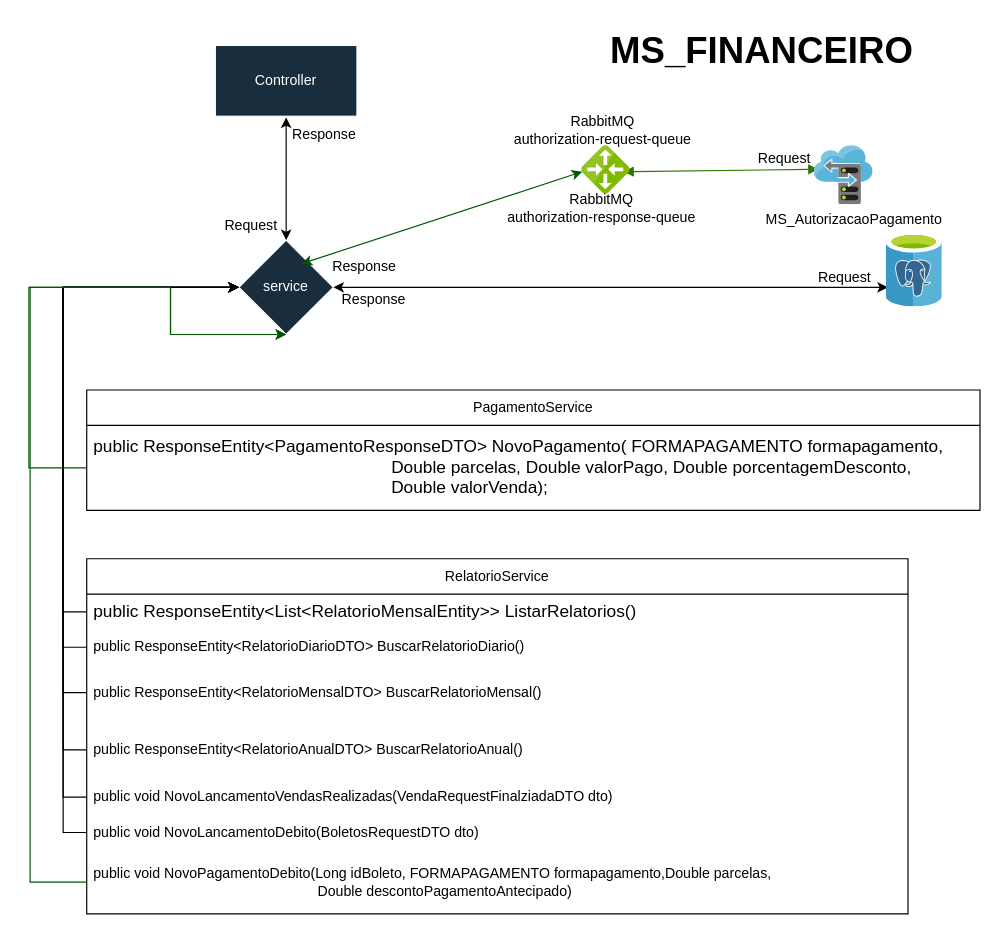
Above: page "Diagrama de funcionamento Ms_Financeiro" (5 of 5) of Doc/Diagrama de Funcionamento.drawio in marcelquin/new-Backend-project-Services-FullStack (draw.io), before the change. Source tidied: cells renumbered, new cells numbered last; positions are measured from the earlier drawing's top-left corner, leaving out a move shared by most shapes. Both pictures are drawn from the tidied source at 118%, with x=0, y=0 at pixel (28, 20).
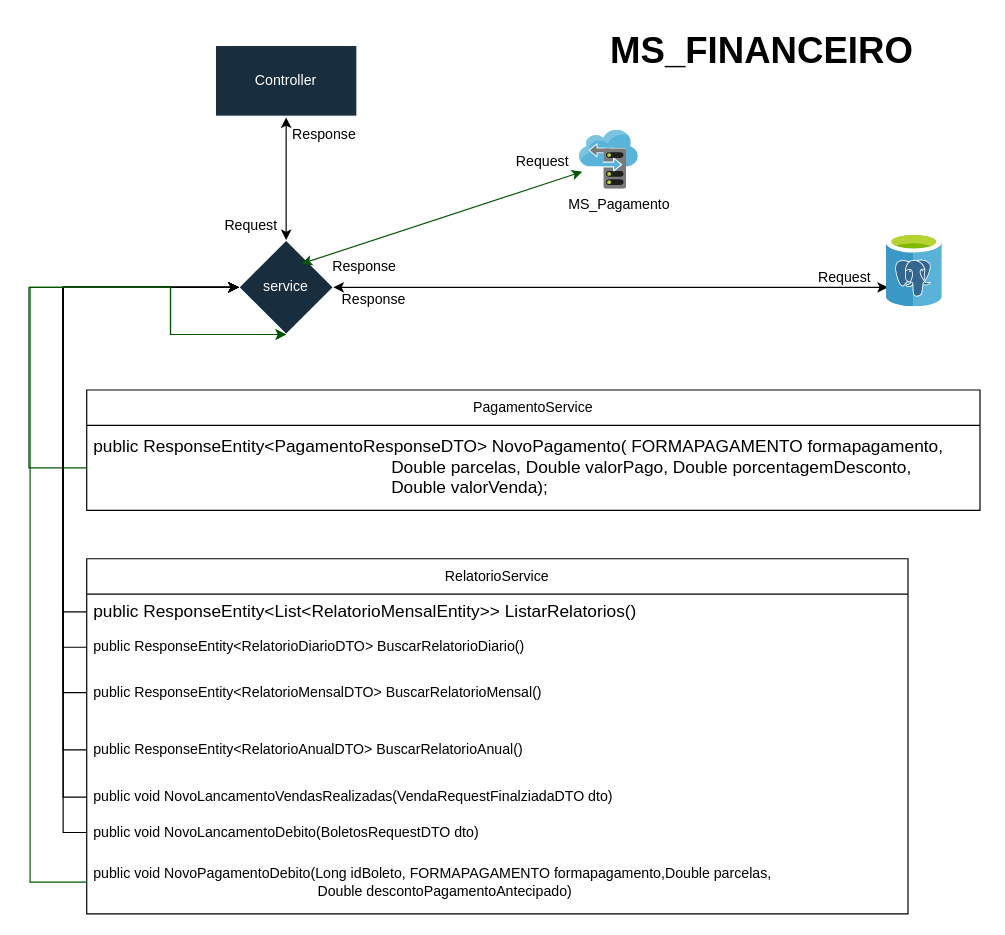
The same diagram, later.

Unchanged cells that the change refers to:
```xml
<mxCell id="3" value="service" style="rhombus;whiteSpace=wrap;html=1;strokeColor=#FFFFFF;fontColor=#FFFFFF;fillColor=#182E3E;" parent="1" vertex="1">
  <mxGeometry x="178" y="186" width="80" height="80" as="geometry" />
</mxCell>
<mxCell id="35" style="image;sketch=0;html=1;points=[];align=center;fontSize=12;image=img/lib/mscae/Storage_sync_service.svg;" parent="33" vertex="1">
  <mxGeometry x="50.5" width="50" height="50" as="geometry" />
</mxCell>
```

What changed in the source:
```diff
@@
-    <mxCell id="29" style="endArrow=classic;startArrow=classic;html=1;rounded=0;exitX=0.663;exitY=0.25;exitDx=0;exitDy=0;exitPerimeter=0;fillColor=#008a00;strokeColor=#005700;entryX=0.012;entryY=0.537;entryDx=0;entryDy=0;entryPerimeter=0;" parent="1" edge="1" source="3" target="39">
-      <mxGeometry relative="1" as="geometry" />
+    <mxCell id="29" style="endArrow=classic;startArrow=classic;html=1;rounded=0;exitX=0.663;exitY=0.25;exitDx=0;exitDy=0;exitPerimeter=0;fillColor=#008a00;strokeColor=#005700;entryX=0.012;entryY=0.537;entryDx=0;entryDy=0;entryPerimeter=0;" parent="1" edge="1" source="3">
+      <mxGeometry relative="1" as="geometry">
+        <mxPoint x="469" y="128" as="targetPoint" />
+      </mxGeometry>
     </mxCell>
-    <mxCell id="30" value="Request" style="text;html=1;align=center;verticalAlign=middle;strokeColor=none;fillColor=none;" parent="1" vertex="1">
-      <mxGeometry x="608" y="104" width="63" height="26" as="geometry" />
-    </mxCell>
@@
-    <mxCell id="32" style="endArrow=block;startArrow=block;endFill=1;startFill=1;html=1;rounded=0;fillColor=#60a917;strokeColor=#2D7600;entryX=0.07;entryY=0.4;entryDx=0;entryDy=0;entryPerimeter=0;exitX=0.866;exitY=0.537;exitDx=0;exitDy=0;exitPerimeter=0;" parent="1" edge="1" source="39" target="35">
-      <mxGeometry relative="1" as="geometry" />
-    </mxCell>
     <mxCell id="33" style="group;" parent="1" vertex="1">
-      <mxGeometry x="615" y="106" width="167" height="76" as="geometry" />
+      <mxGeometry x="416" y="93" width="167" height="76" as="geometry" />
     </mxCell>
-    <mxCell id="34" value="MS_AutorizacaoPagamento" style="text;html=1;align=center;verticalAlign=middle;strokeColor=none;fillColor=none;" parent="33" vertex="1">
-      <mxGeometry y="50" width="167" height="26" as="geometry" />
+    <mxCell id="34" value="MS_Pagamento" style="text;html=1;align=center;verticalAlign=middle;strokeColor=none;fillColor=none;" parent="33" vertex="1">
+      <mxGeometry x="32" y="50" width="104" height="26" as="geometry" />
     </mxCell>
@@
+    <mxCell id="30" value="Request" style="text;html=1;align=center;verticalAlign=middle;strokeColor=none;fillColor=none;" parent="33" vertex="1">
+      <mxGeometry x="-12.5" y="14" width="63" height="26" as="geometry" />
+    </mxCell>
@@
-    <mxCell id="39" style="image;sketch=0;html=1;points=[];align=center;fontSize=12;image=img/lib/mscae/Local_Network_Gateways.svg;strokeColor=#FFFFFF;fontColor=#FFFFFF;fillColor=#182E3E;" parent="1" vertex="1">
-      <mxGeometry x="468.5" y="106" width="41" height="41" as="geometry" />
-    </mxCell>
-    <mxCell id="40" value="&lt;div&gt;RabbitMQ&lt;/div&gt;authorization-request-queue" style="text;html=1;align=center;verticalAlign=middle;strokeColor=none;fillColor=none;" parent="1" vertex="1">
-      <mxGeometry x="402" y="72" width="168" height="41" as="geometry" />
-    </mxCell>
-    <mxCell id="41" value="&lt;div&gt;RabbitMQ&lt;/div&gt;authorization-response-queue" style="text;html=1;align=center;verticalAlign=middle;strokeColor=none;fillColor=none;" parent="1" vertex="1">
-      <mxGeometry x="396" y="138" width="177" height="41" as="geometry" />
-    </mxCell>
```
